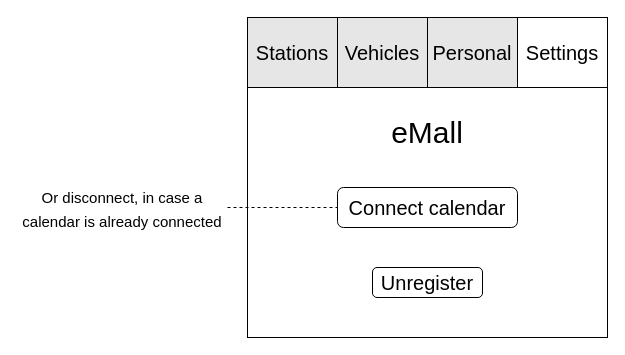
Before: RASD/UI mockups/Settings page.drawio in NiccoloN/emall-polimi-softeng2-2023, a draw.io diagram. Source tidied: cells renumbered, new cells numbered last; positions are measured from the earlier drawing's top-left corner, leaving out a move shared by most shapes. Both pictures are drawn from the tidied source at 100%, with x=0, y=0 at pixel (17, 17).
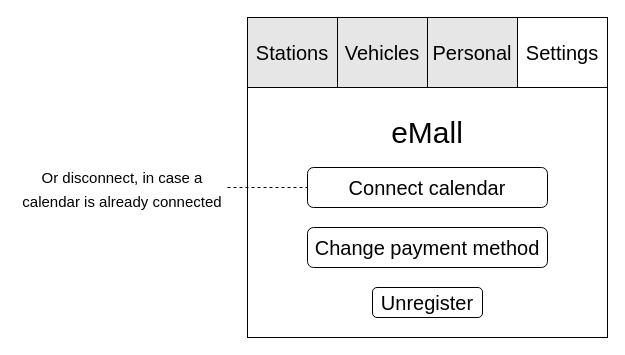
The same diagram, later.

Change to the diagram source:
```diff
@@
 <mxGraphModel>
   <root>
     <mxCell id="0" />
     <mxCell id="1" parent="0" />
     <mxCell id="2" style="rounded=0;whiteSpace=wrap;html=1;fontSize=20;" parent="1" vertex="1">
       <mxGeometry x="230" width="360" height="320" as="geometry" />
     </mxCell>
     <mxCell id="3" value="Stations" style="rounded=0;whiteSpace=wrap;html=1;fontSize=20;fontColor=#000000;fillColor=#E6E6E6;strokeColor=#000000;" parent="1" vertex="1">
       <mxGeometry x="230" width="90" height="70" as="geometry" />
     </mxCell>
     <mxCell id="4" value="Vehicles" style="rounded=0;whiteSpace=wrap;html=1;fontSize=20;fontColor=#000000;fillColor=#E6E6E6;" parent="1" vertex="1">
       <mxGeometry x="320" width="90" height="70" as="geometry" />
     </mxCell>
     <mxCell id="5" value="Personal" style="rounded=0;whiteSpace=wrap;html=1;fontSize=20;fontColor=#000000;fillColor=#E6E6E6;" parent="1" vertex="1">
       <mxGeometry x="410" width="90" height="70" as="geometry" />
     </mxCell>
     <mxCell id="6" value="Settings" style="rounded=0;whiteSpace=wrap;html=1;fontSize=20;fontColor=#000000;fillColor=#FFFFFF;" parent="1" vertex="1">
       <mxGeometry x="500" width="90" height="70" as="geometry" />
     </mxCell>
     <mxCell id="7" value="Unregister" style="rounded=1;whiteSpace=wrap;html=1;fontSize=20;fontColor=#000000;strokeColor=#000000;fillColor=#FFFFFF;" parent="1" vertex="1">
-      <mxGeometry x="355" y="250" width="110" height="30" as="geometry" />
+      <mxGeometry x="355" y="270" width="110" height="30" as="geometry" />
     </mxCell>
     <mxCell id="8" value="Connect calendar" style="rounded=1;whiteSpace=wrap;html=1;fontSize=20;fontColor=#000000;strokeColor=#000000;fillColor=#FFFFFF;" parent="1" vertex="1">
-      <mxGeometry x="320" y="170" width="180" height="40" as="geometry" />
+      <mxGeometry x="290" y="150" width="240" height="40" as="geometry" />
     </mxCell>
     <mxCell id="9" value="eMall" style="text;html=1;strokeColor=none;fillColor=none;align=center;verticalAlign=middle;whiteSpace=wrap;rounded=0;fontSize=30;fontColor=#000000;" parent="1" vertex="1">
       <mxGeometry x="360" y="90" width="100" height="50" as="geometry" />
     </mxCell>
-    <mxCell id="10" style="endArrow=none;dashed=1;html=1;rounded=0;fontSize=30;fontColor=#000000;entryX=0;entryY=0.5;entryDx=0;entryDy=0;" parent="1" edge="1" target="8">
-      <mxGeometry relative="1" as="geometry">
-        <mxPoint x="210" y="190" as="sourcePoint" />
-      </mxGeometry>
+    <mxCell id="10" style="endArrow=none;dashed=1;html=1;rounded=0;fontSize=30;fontColor=#000000;entryX=0;entryY=0.5;entryDx=0;entryDy=0;exitX=1;exitY=0.5;exitDx=0;exitDy=0;" parent="1" edge="1" source="11" target="8">
+      <mxGeometry relative="1" as="geometry" />
     </mxCell>
     <mxCell id="11" value="&lt;font style=&quot;font-size: 15px;&quot;&gt;Or disconnect, in case a calendar is already connected&lt;/font&gt;" style="text;html=1;strokeColor=none;fillColor=none;align=center;verticalAlign=middle;whiteSpace=wrap;rounded=0;fontSize=20;fontColor=#000000;" parent="1" vertex="1">
-      <mxGeometry y="160" width="210" height="60" as="geometry" />
+      <mxGeometry y="140" width="210" height="60" as="geometry" />
     </mxCell>
+    <mxCell id="12" value="Change payment method" style="rounded=1;whiteSpace=wrap;html=1;fontSize=20;fontColor=#000000;strokeColor=#000000;fillColor=#FFFFFF;" parent="1" vertex="1">
+      <mxGeometry x="290" y="210" width="240" height="40" as="geometry" />
+    </mxCell>
   </root>
 </mxGraphModel>
```
